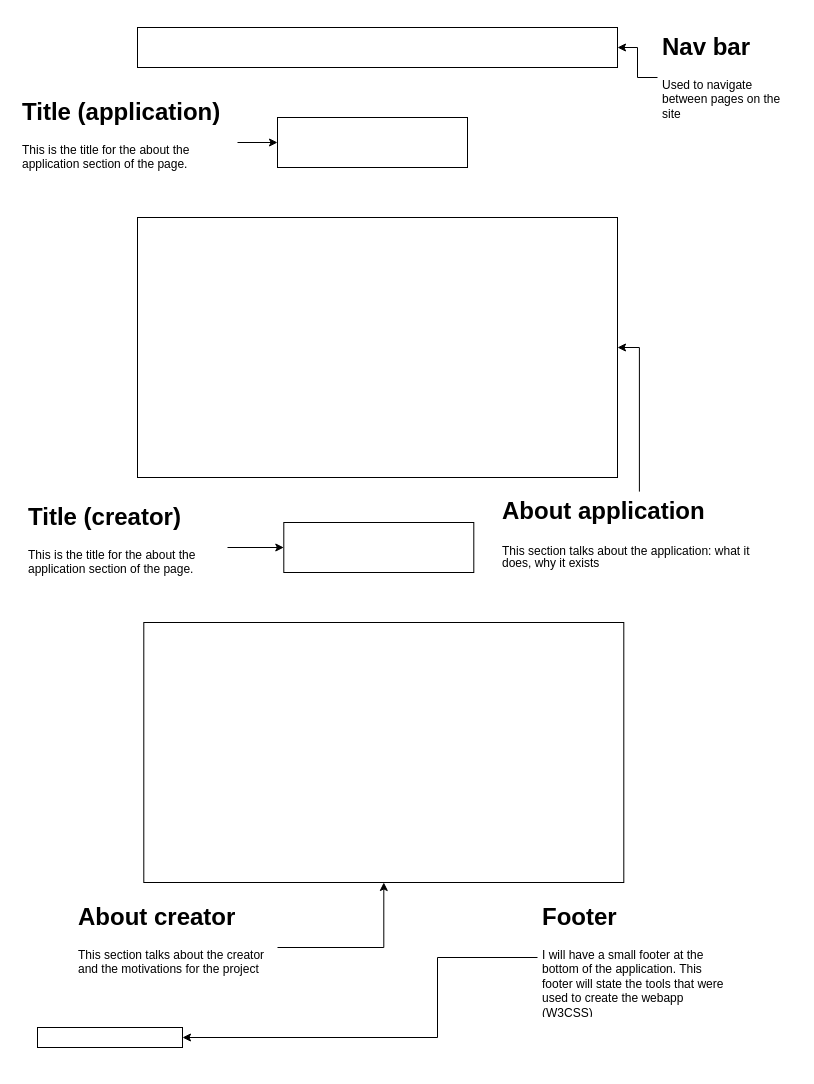
This is Website Wireframes/Application.drawio from Jasper-27/Soft166Assignment, a draw.io file, before an edit. Source tidied: cells renumbered, new cells numbered last; positions are measured from the earlier drawing's top-left corner, leaving out a move shared by most shapes. Both pictures are drawn from the tidied source at 100%, with x=0, y=0 at pixel (17, 27).
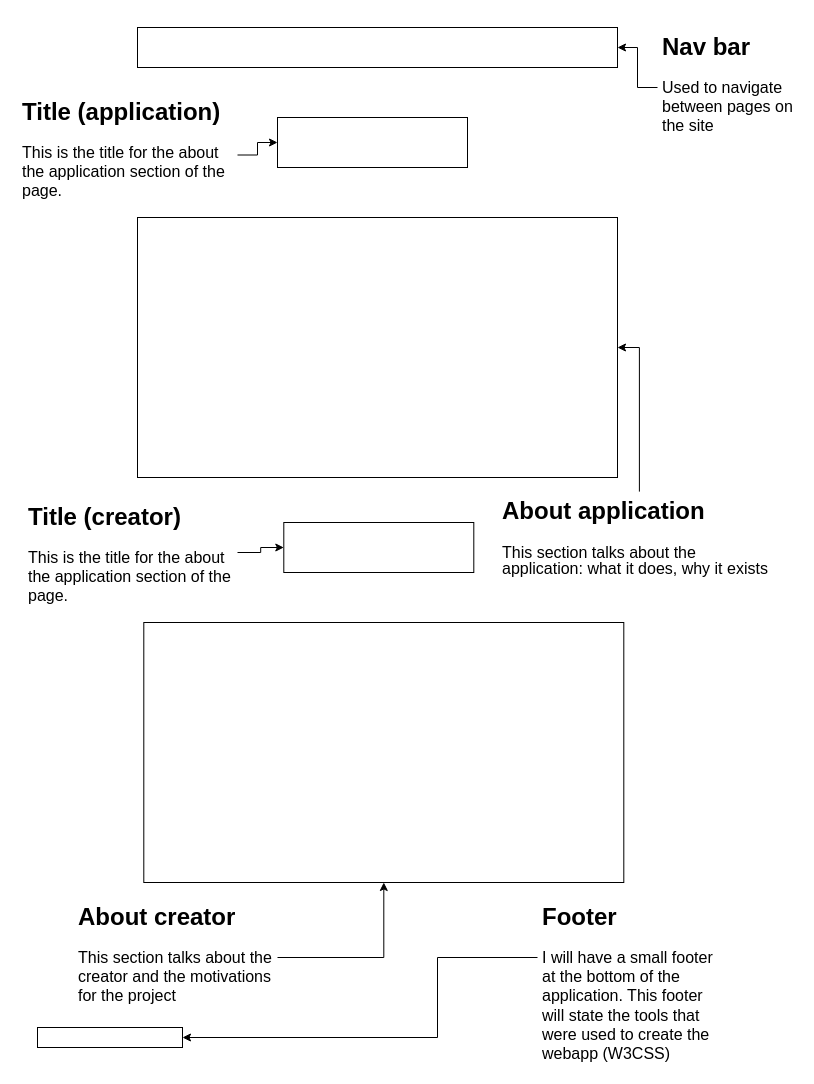
The same page after the edit.

The edit, as a diff of the source:
```diff
@@
-<mxGraphModel>
+<mxGraphModel background="#ffffff">
@@
-    <mxCell id="6" value="&lt;h1&gt;Nav bar&lt;br&gt;&lt;/h1&gt;&lt;p&gt;Used to navigate between pages on the site&lt;br&gt;&lt;/p&gt;" style="text;html=1;spacing=5;spacingTop=-20;whiteSpace=wrap;overflow=hidden;rounded=0;shadow=0;fontColor=#000000;" parent="1" vertex="1">
-      <mxGeometry x="640" width="140" height="100" as="geometry" />
+    <mxCell id="6" value="&lt;h1&gt;Nav bar&lt;br&gt;&lt;/h1&gt;&lt;p&gt;&lt;font style=&quot;font-size: 16px&quot;&gt;Used to navigate between pages on the site&lt;/font&gt;&lt;br&gt;&lt;/p&gt;" style="text;html=1;spacing=5;spacingTop=-20;whiteSpace=wrap;overflow=hidden;rounded=0;shadow=0;fontColor=#000000;" parent="1" vertex="1">
+      <mxGeometry x="640" width="140" height="120" as="geometry" />
     </mxCell>
@@
-    <mxCell id="8" value="&lt;h1&gt;&lt;span&gt;About application&lt;/span&gt;&lt;/h1&gt;&lt;h6&gt;&lt;span style=&quot;font-weight: normal&quot;&gt;&lt;font style=&quot;font-size: 12px ; line-height: 100%&quot;&gt;This section talks about the application: what it does, why it exists&lt;/font&gt;&lt;/span&gt;&lt;/h6&gt;" style="text;html=1;spacing=5;spacingTop=-20;whiteSpace=wrap;overflow=hidden;rounded=0;shadow=0;fontColor=#000000;" parent="1" vertex="1">
+    <mxCell id="8" value="&lt;h1&gt;&lt;span&gt;About application&lt;/span&gt;&lt;/h1&gt;&lt;h6&gt;&lt;span style=&quot;font-weight: normal&quot;&gt;&lt;font style=&quot;line-height: 100% ; font-size: 16px&quot;&gt;This section talks about the application: what it does, why it exists&lt;/font&gt;&lt;/span&gt;&lt;/h6&gt;" style="text;html=1;spacing=5;spacingTop=-20;whiteSpace=wrap;overflow=hidden;rounded=0;shadow=0;fontColor=#000000;" parent="1" vertex="1">
       <mxGeometry x="480" y="464.1" width="283.7" height="111.7" as="geometry" />
     </mxCell>
@@
-    <mxCell id="10" value="&lt;h1&gt;Title (application)&lt;br&gt;&lt;/h1&gt;&lt;p&gt;This is the title for the about the application section of the page.&lt;/p&gt;" style="text;html=1;spacing=5;spacingTop=-20;whiteSpace=wrap;overflow=hidden;rounded=0;shadow=0;fontColor=#000000;" parent="1" vertex="1">
-      <mxGeometry y="65" width="220" height="100" as="geometry" />
+    <mxCell id="10" value="&lt;h1&gt;Title (application)&lt;br&gt;&lt;/h1&gt;&lt;p&gt;&lt;font style=&quot;font-size: 16px&quot;&gt;This is the title for the about the application section of the page.&lt;/font&gt;&lt;/p&gt;" style="text;html=1;spacing=5;spacingTop=-20;whiteSpace=wrap;overflow=hidden;rounded=0;shadow=0;fontColor=#000000;" parent="1" vertex="1">
+      <mxGeometry y="65" width="220" height="125" as="geometry" />
     </mxCell>
@@
-    <mxCell id="13" value="&lt;h1&gt;Footer&lt;/h1&gt;&lt;p&gt;I will have a small footer at the bottom of the application. This footer will state the tools that were used to create the webapp (W3CSS)&lt;br&gt;&lt;/p&gt;" style="text;html=1;spacing=5;spacingTop=-20;whiteSpace=wrap;overflow=hidden;rounded=0;shadow=0;fontColor=#000000;" parent="1" vertex="1">
-      <mxGeometry x="520" y="870" width="190" height="120" as="geometry" />
+    <mxCell id="13" value="&lt;h1&gt;Footer&lt;/h1&gt;&lt;p&gt;&lt;font style=&quot;font-size: 16px&quot;&gt;I will have a small footer at the bottom of the application. This footer will state the tools that were used to create the webapp (W3CSS)&lt;/font&gt;&lt;br&gt;&lt;/p&gt;" style="text;html=1;spacing=5;spacingTop=-20;whiteSpace=wrap;overflow=hidden;rounded=0;shadow=0;fontColor=#000000;" parent="1" vertex="1">
+      <mxGeometry x="520" y="870" width="190" height="170" as="geometry" />
     </mxCell>
@@
-    <mxCell id="17" value="&lt;h1&gt;Title (creator)&amp;nbsp;&lt;br&gt;&lt;/h1&gt;&lt;p&gt;This is the title for the about the application section of the page.&lt;/p&gt;" style="text;html=1;spacing=5;spacingTop=-20;whiteSpace=wrap;overflow=hidden;rounded=0;shadow=0;fontColor=#000000;" parent="1" vertex="1">
-      <mxGeometry x="6.3" y="470" width="203.7" height="100" as="geometry" />
+    <mxCell id="17" value="&lt;h1&gt;Title (creator)&amp;nbsp;&lt;br&gt;&lt;/h1&gt;&lt;p&gt;&lt;font style=&quot;font-size: 16px&quot;&gt;This is the title for the about the application section of the page.&lt;/font&gt;&lt;/p&gt;" style="text;html=1;spacing=5;spacingTop=-20;whiteSpace=wrap;overflow=hidden;rounded=0;shadow=0;fontColor=#000000;" parent="1" vertex="1">
+      <mxGeometry x="6.3" y="470" width="213.7" height="110" as="geometry" />
     </mxCell>
@@
-    <mxCell id="19" value="&lt;h1&gt;About creator&lt;br&gt;&lt;/h1&gt;&lt;p&gt;This section talks about the creator and the motivations for the project&lt;/p&gt;" style="text;html=1;spacing=5;spacingTop=-20;whiteSpace=wrap;overflow=hidden;rounded=0;shadow=0;fontColor=#000000;" parent="1" vertex="1">
-      <mxGeometry x="56.3" y="870" width="203.7" height="100" as="geometry" />
+    <mxCell id="19" value="&lt;h1&gt;About creator&lt;br&gt;&lt;/h1&gt;&lt;p&gt;&lt;font style=&quot;font-size: 16px&quot;&gt;This section talks about the creator and the motivations for the project&lt;/font&gt;&lt;/p&gt;" style="text;html=1;spacing=5;spacingTop=-20;whiteSpace=wrap;overflow=hidden;rounded=0;shadow=0;fontColor=#000000;" parent="1" vertex="1">
+      <mxGeometry x="56.3" y="870" width="203.7" height="120" as="geometry" />
     </mxCell>
```
